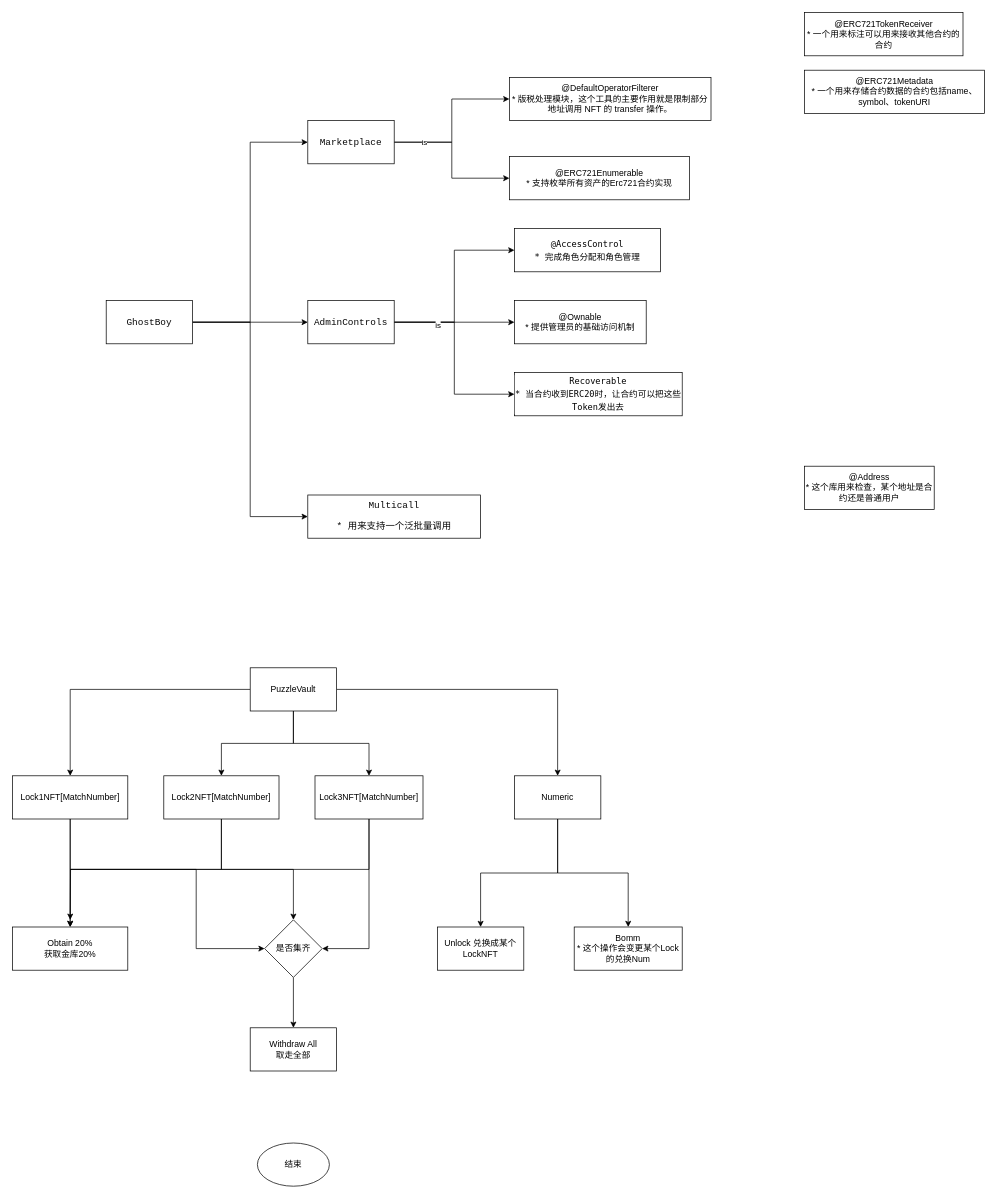
This is PuzzleVault.drawio from linhai0212/uml-idea, a draw.io file, before an edit. Source tidied: cells renumbered, new cells numbered last; positions are measured from the earlier drawing's top-left corner, leaving out a move shared by most shapes. Both pictures are drawn from the tidied source at 72%, with x=0, y=0 at pixel (12, 12).
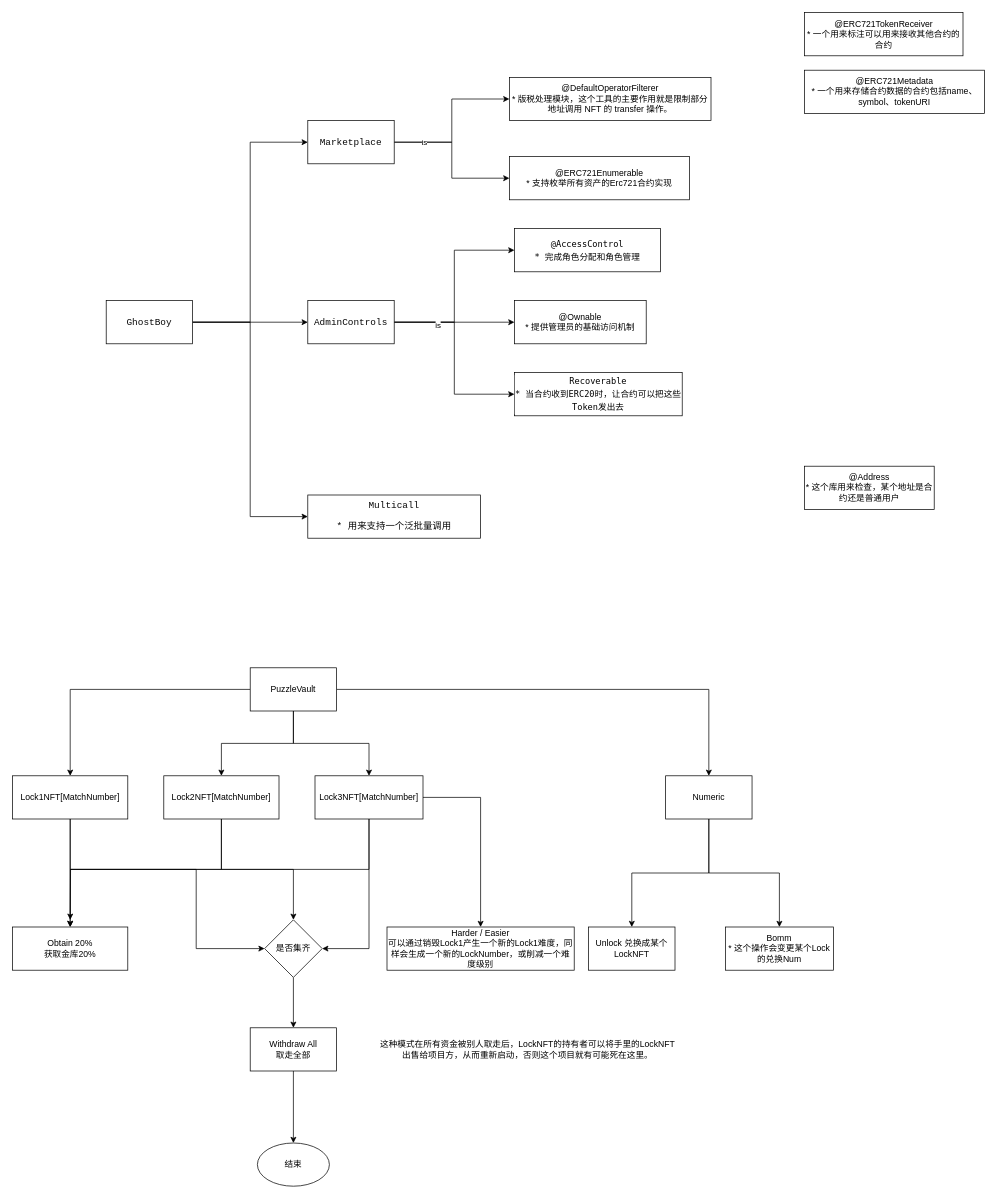
The same page after the edit.

The change refers to these unchanged cells:
```xml
<mxCell id="37" value="Lock3NFT[MatchNumber]" style="rounded=0;whiteSpace=wrap;html=1;" parent="1" vertex="1">
  <mxGeometry x="420" y="1060" width="150" height="60" as="geometry" />
</mxCell>
<mxCell id="44" value="Withdraw All&lt;br&gt;取走全部" style="rounded=0;whiteSpace=wrap;html=1;" parent="1" vertex="1">
  <mxGeometry x="330" y="1410" width="120" height="60" as="geometry" />
</mxCell>
<mxCell id="47" value="结束" style="ellipse;whiteSpace=wrap;html=1;" parent="1" vertex="1">
  <mxGeometry x="340" y="1570" width="100" height="60" as="geometry" />
</mxCell>
```

What changed in the source:
```diff
@@
+    <mxCell id="48" style="edgeStyle=orthogonalEdgeStyle;rounded=0;jettySize=auto;html=1;exitX=1;exitY=0.5;exitDx=0;exitDy=0;" parent="1" edge="1" source="37" target="50">
+      <mxGeometry relative="1" as="geometry" />
+    </mxCell>
@@
     <mxCell id="40" value="Numeric" style="rounded=0;whiteSpace=wrap;html=1;" parent="1" vertex="1">
-      <mxGeometry x="697" y="1060" width="120" height="60" as="geometry" />
+      <mxGeometry x="907" y="1060" width="120" height="60" as="geometry" />
     </mxCell>
     <mxCell id="41" value="Bomm&lt;br&gt;* 这个操作会变更某个Lock的兑换Num" style="rounded=0;whiteSpace=wrap;html=1;" parent="1" vertex="1">
-      <mxGeometry x="780" y="1270" width="150" height="60" as="geometry" />
+      <mxGeometry x="990" y="1270" width="150" height="60" as="geometry" />
     </mxCell>
     <mxCell id="42" value="Unlock 兑换成某个LockNFT" style="rounded=0;whiteSpace=wrap;html=1;" parent="1" vertex="1">
-      <mxGeometry x="590" y="1270" width="120" height="60" as="geometry" />
+      <mxGeometry x="800" y="1270" width="120" height="60" as="geometry" />
     </mxCell>
@@
+    <mxCell id="49" style="edgeStyle=orthogonalEdgeStyle;rounded=0;jettySize=auto;html=1;entryX=0.5;entryY=0;entryDx=0;entryDy=0;" parent="1" edge="1" source="44" target="47">
+      <mxGeometry relative="1" as="geometry" />
+    </mxCell>
@@
+    <mxCell id="50" value="&lt;div&gt;Harder /&amp;nbsp;&lt;span style=&quot;background-color: initial;&quot;&gt;Easier&lt;/span&gt;&lt;/div&gt;&lt;div&gt;&lt;span style=&quot;background-color: initial;&quot;&gt;可以通过销毁Lock1产生一个新的Lock1难度，同样会生成一个新的LockNumber，或削减一个难度级别&lt;/span&gt;&lt;/div&gt;" style="rounded=0;whiteSpace=wrap;html=1;" parent="1" vertex="1">
+      <mxGeometry x="520" y="1270" width="260" height="60" as="geometry" />
+    </mxCell>
+    <mxCell id="51" value="这种模式在所有资金被别人取走后，LockNFT的持有者可以将手里的LockNFT&lt;br&gt;出售给项目方，从而重新启动，否则这个项目就有可能死在这里。" style="text;html=1;align=center;verticalAlign=middle;strokeColor=none;fillColor=none;" parent="1" vertex="1">
+      <mxGeometry x="500" y="1420" width="430" height="40" as="geometry" />
+    </mxCell>
```
